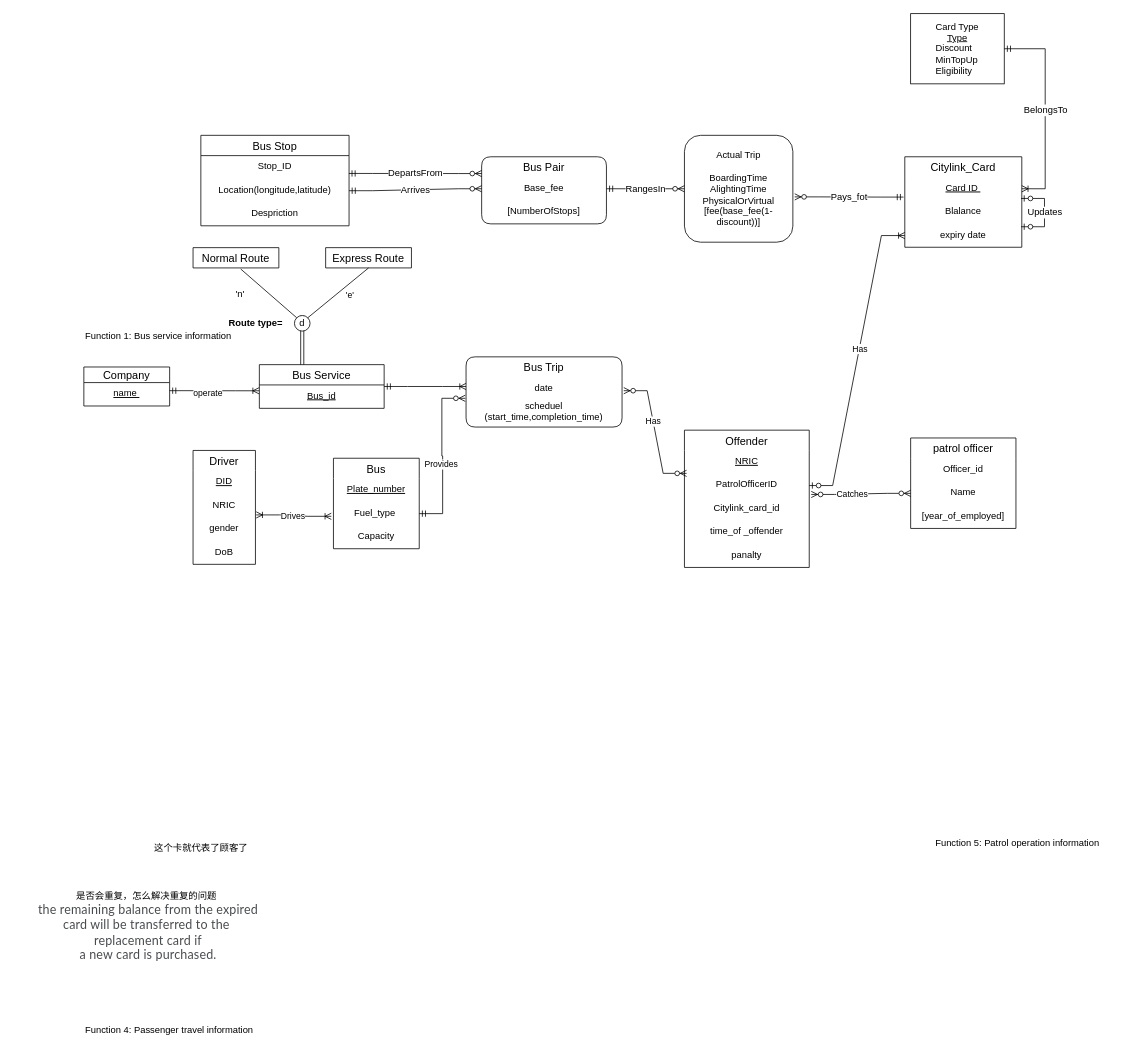
Earlier version of the draw.io diagram page "Page-1" (1 of 3) of Public Bus Transport System (PBTS) .drawio (QJUNJIQ/DM22). Source tidied: cells renumbered, new cells numbered last; positions are measured from the earlier drawing's top-left corner, leaving out a move shared by most shapes. Both pictures are drawn from the tidied source at 78%, with x=0, y=0 at pixel (13, 13).
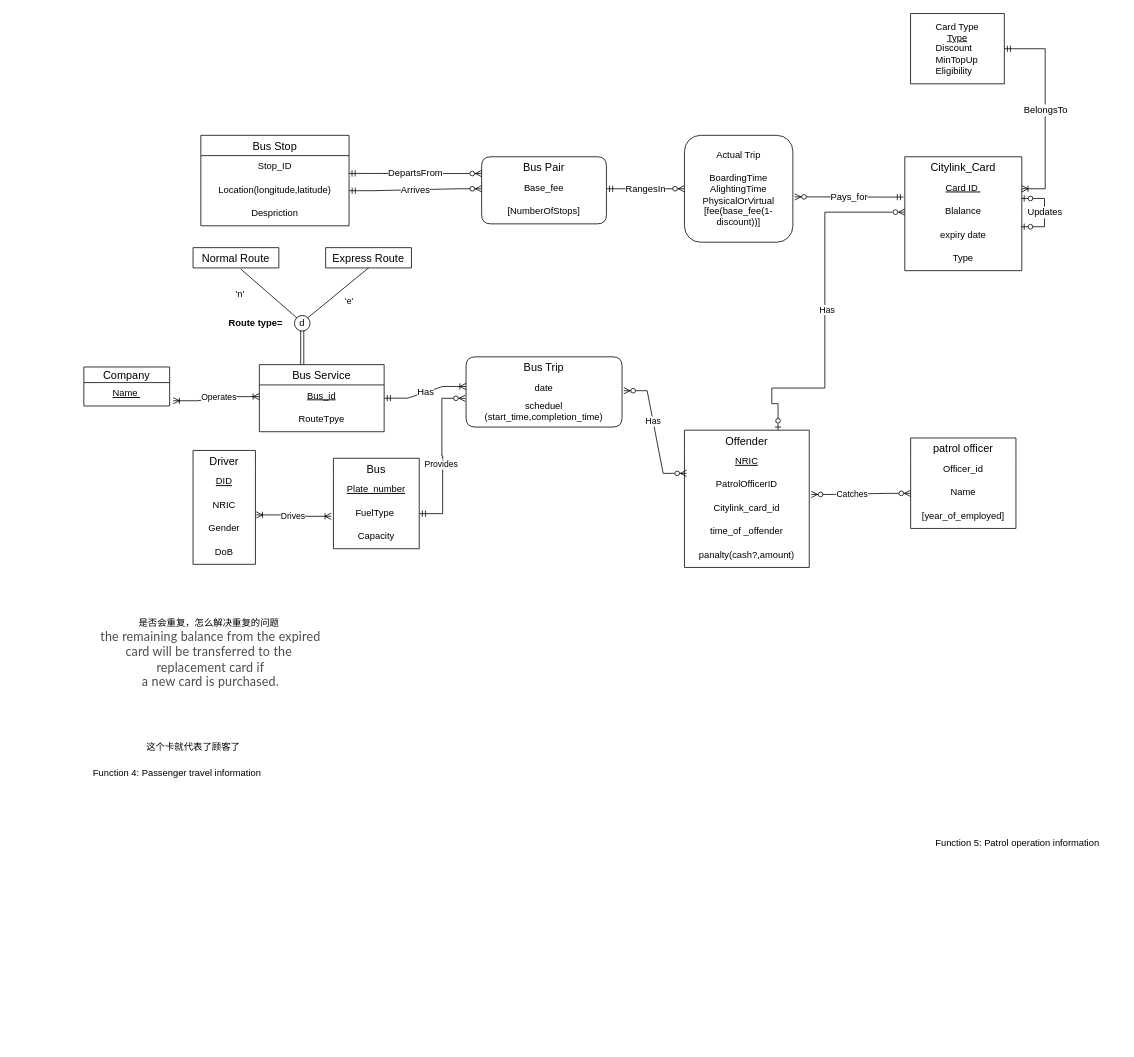
The same diagram, later.

Unchanged cells that the change refers to:
```xml
<mxCell id="3" value="Bus_id" style="text;strokeColor=none;fillColor=none;spacingLeft=4;spacingRight=4;overflow=hidden;points=[[0,0.5],[1,0.5]];portConstraint=eastwest;fontSize=12;align=center;fontStyle=4;" parent="2" vertex="1">
  <mxGeometry y="26" width="160" height="30" as="geometry" />
</mxCell>
<mxCell id="5" value="Company" style="swimlane;fontStyle=0;horizontal=1;startSize=20;align=center;fontSize=14;" parent="1" vertex="1">
  <mxGeometry x="90" y="453" width="110" height="50" as="geometry" />
</mxCell>
<mxCell id="15" value="Bus" style="swimlane;fontStyle=0;horizontal=1;startSize=26;align=center;fontSize=14;labelBorderColor=none;html=0;swimlaneLine=0;" parent="1" vertex="1">
  <mxGeometry x="410" y="570" width="110" height="116" as="geometry" />
</mxCell>
<mxCell id="20" value="date" style="text;strokeColor=none;fillColor=none;spacingLeft=4;spacingRight=4;overflow=hidden;points=[[0,0.5],[1,0.5]];portConstraint=eastwest;fontSize=12;labelBorderColor=none;html=0;align=center;" parent="19" vertex="1">
  <mxGeometry y="26" width="200" height="24" as="geometry" />
</mxCell>
<mxCell id="22" value="Driver" style="swimlane;fontStyle=0;horizontal=1;startSize=26;align=center;fontSize=14;labelBorderColor=none;html=0;swimlaneLine=0;" parent="1" vertex="1">
  <mxGeometry x="230" y="560" width="80" height="146" as="geometry" />
</mxCell>
<mxCell id="34" value="Card ID " style="text;strokeColor=none;fillColor=none;spacingLeft=4;spacingRight=4;overflow=hidden;points=[[0,0.5],[1,0.5]];portConstraint=eastwest;fontSize=12;rounded=1;shadow=0;glass=0;labelBorderColor=none;sketch=0;html=0;fontStyle=4;align=center;" parent="33" vertex="1">
  <mxGeometry y="26" width="150" height="30" as="geometry" />
</mxCell>
<mxCell id="35" value="Blalance" style="text;strokeColor=none;fillColor=none;spacingLeft=4;spacingRight=4;overflow=hidden;points=[[0,0.5],[1,0.5]];portConstraint=eastwest;fontSize=12;rounded=1;shadow=0;glass=0;labelBorderColor=none;sketch=0;html=0;align=center;" parent="33" vertex="1">
  <mxGeometry y="56" width="150" height="30" as="geometry" />
</mxCell>
<mxCell id="46" value="Offender" style="swimlane;fontStyle=0;horizontal=1;startSize=26;align=center;fontSize=14;rounded=0;shadow=0;glass=0;labelBorderColor=none;sketch=0;html=0;swimlaneLine=0;" parent="1" vertex="1">
  <mxGeometry x="860" y="534" width="160" height="176" as="geometry" />
</mxCell>
<mxCell id="48" value="PatrolOfficerID" style="text;strokeColor=none;fillColor=none;spacingLeft=4;spacingRight=4;overflow=hidden;points=[[0,0.5],[1,0.5]];portConstraint=eastwest;fontSize=12;rounded=0;shadow=0;glass=0;labelBorderColor=none;sketch=0;html=0;fontStyle=0;align=center;" parent="46" vertex="1">
  <mxGeometry y="56" width="160" height="30" as="geometry" />
</mxCell>
<mxCell id="73" value="Actual Trip&lt;br&gt;&lt;br&gt;&lt;div&gt;BoardingTime&lt;br&gt;&lt;/div&gt;&lt;div&gt;AlightingTime&lt;/div&gt;&lt;div&gt;PhysicalOrVirtual&lt;/div&gt;&lt;div&gt;&lt;span&gt;[fee(base_fee(1-discount))]&lt;/span&gt;&lt;br&gt;&lt;/div&gt;" style="rounded=1;whiteSpace=wrap;html=1;fillColor=#ffffff;align=center;" parent="1" vertex="1">
  <mxGeometry x="860" y="156" width="139" height="137" as="geometry" />
</mxCell>
```

What changed in the source:
```diff
@@
     <mxCell id="2" value="Bus Service" style="swimlane;fontStyle=0;horizontal=1;startSize=26;align=center;fontSize=14;" parent="1" vertex="1">
-      <mxGeometry x="315" y="450" width="160" height="56" as="geometry" />
+      <mxGeometry x="315" y="450" width="160" height="86" as="geometry" />
     </mxCell>
@@
-    <mxCell id="4" value="Function 1: Bus service information" style="text;whiteSpace=wrap;html=1;" parent="1" vertex="1">
-      <mxGeometry x="90" y="400" width="210" height="30" as="geometry" />
-    </mxCell>
+    <mxCell id="76" value="RouteTpye" style="text;strokeColor=none;fillColor=none;spacingLeft=4;spacingRight=4;overflow=hidden;fontSize=12;align=center;fontStyle=0;" parent="2" vertex="1">
+      <mxGeometry y="56" width="160" height="30" as="geometry" />
+    </mxCell>
@@
-    <mxCell id="6" value="name " style="text;strokeColor=none;fillColor=none;spacingLeft=4;spacingRight=4;overflow=hidden;points=[[0,0.5],[1,0.5]];portConstraint=eastwest;fontSize=12;align=center;fontStyle=4;" parent="5" vertex="1">
+    <mxCell id="6" value="Name " style="text;strokeColor=none;fillColor=none;spacingLeft=4;spacingRight=4;overflow=hidden;points=[[0,0.5],[1,0.5]];portConstraint=eastwest;fontSize=12;align=center;fontStyle=4;" parent="5" vertex="1">
       <mxGeometry y="20" width="110" height="30" as="geometry" />
     </mxCell>
@@
-    <mxCell id="13" style="edgeStyle=entityRelationEdgeStyle;fontSize=12;html=1;endArrow=ERoneToMany;startArrow=ERmandOne;rounded=0;entryX=-0.002;entryY=0.25;entryDx=0;entryDy=0;exitX=0.999;exitY=0.346;exitDx=0;exitDy=0;exitPerimeter=0;entryPerimeter=0;" parent="1" edge="1" source="6" target="3">
-      <mxGeometry relative="1" as="geometry" />
-    </mxCell>
-    <mxCell id="14" value="operate" style="edgeLabel;html=1;align=center;verticalAlign=middle;" parent="13" vertex="1">
-      <mxGeometry x="-0.13" y="-3" relative="1" as="geometry">
-        <mxPoint x="-1" as="offset" />
-      </mxGeometry>
-    </mxCell>
@@
-    <mxCell id="17" value="Fuel_type " style="text;strokeColor=none;fillColor=none;spacingLeft=4;spacingRight=4;overflow=hidden;points=[[0,0.5],[1,0.5]];portConstraint=eastwest;fontSize=12;labelBorderColor=none;html=0;align=center;" parent="15" vertex="1">
+    <mxCell id="17" value="FuelType " style="text;strokeColor=none;fillColor=none;spacingLeft=4;spacingRight=4;overflow=hidden;points=[[0,0.5],[1,0.5]];portConstraint=eastwest;fontSize=12;labelBorderColor=none;html=0;align=center;" parent="15" vertex="1">
       <mxGeometry y="56" width="110" height="30" as="geometry" />
     </mxCell>
@@
-    <mxCell id="25" value="gender" style="text;strokeColor=none;fillColor=none;spacingLeft=4;spacingRight=4;overflow=hidden;fontSize=12;labelBorderColor=none;html=0;align=center;" parent="22" vertex="1">
+    <mxCell id="25" value="Gender" style="text;strokeColor=none;fillColor=none;spacingLeft=4;spacingRight=4;overflow=hidden;fontSize=12;labelBorderColor=none;html=0;align=center;" parent="22" vertex="1">
       <mxGeometry y="86" width="80" height="30" as="geometry" />
     </mxCell>
@@
-    <mxCell id="31" style="edgeStyle=entityRelationEdgeStyle;fontSize=12;html=1;endArrow=ERoneToMany;startArrow=ERmandOne;rounded=0;entryX=0;entryY=0.5;entryDx=0;entryDy=0;exitX=1;exitY=0.5;exitDx=0;exitDy=0;" parent="1" edge="1" source="2" target="20">
+    <mxCell id="31" value="Has" style="edgeStyle=entityRelationEdgeStyle;fontSize=12;html=1;endArrow=ERoneToMany;startArrow=ERmandOne;rounded=0;entryX=0;entryY=0.5;entryDx=0;entryDy=0;exitX=1;exitY=0.5;exitDx=0;exitDy=0;" parent="1" edge="1" source="2" target="20">
       <mxGeometry relative="1" as="geometry" />
     </mxCell>
@@
     <mxCell id="33" value="Citylink_Card" style="swimlane;fontStyle=0;horizontal=1;startSize=26;align=center;fontSize=14;rounded=0;shadow=0;glass=0;labelBorderColor=none;sketch=0;html=0;swimlaneLine=0;" parent="1" vertex="1">
-      <mxGeometry x="1142.5" y="183.5" width="150" height="116" as="geometry" />
+      <mxGeometry x="1142.5" y="183.5" width="150" height="146" as="geometry" />
     </mxCell>
@@
-    <mxCell id="36" value="expiry date" style="text;strokeColor=none;fillColor=none;spacingLeft=4;spacingRight=4;overflow=hidden;points=[[0,0.5],[1,0.5]];portConstraint=eastwest;fontSize=12;rounded=1;shadow=0;glass=0;labelBorderColor=none;sketch=0;html=0;align=center;" parent="33" vertex="1">
+    <mxCell id="36" value="expiry date&#10;" style="text;strokeColor=none;fillColor=none;spacingLeft=4;spacingRight=4;overflow=hidden;points=[[0,0.5],[1,0.5]];portConstraint=eastwest;fontSize=12;rounded=1;shadow=0;glass=0;labelBorderColor=none;sketch=0;html=0;align=center;" parent="33" vertex="1">
       <mxGeometry y="86" width="150" height="30" as="geometry" />
     </mxCell>
+    <mxCell id="77" value="Type" style="text;strokeColor=none;fillColor=none;spacingLeft=4;spacingRight=4;overflow=hidden;fontSize=12;rounded=1;shadow=0;glass=0;labelBorderColor=none;sketch=0;html=0;align=center;" parent="33" vertex="1">
+      <mxGeometry y="116" width="150" height="30" as="geometry" />
+    </mxCell>
@@
     <mxCell id="38" value="这个卡就代表了顾客了" style="text;html=1;align=center;verticalAlign=middle;strokeColor=none;fillColor=none;" parent="1" vertex="1">
-      <mxGeometry x="170" y="1060" width="140" height="20" as="geometry" />
+      <mxGeometry x="160" y="930" width="140" height="20" as="geometry" />
     </mxCell>
@@
     <mxCell id="40" value="Function 4: Passenger travel information" style="text;whiteSpace=wrap;html=1;" parent="1" vertex="1">
-      <mxGeometry x="90" y="1290" width="240" height="30" as="geometry" />
+      <mxGeometry x="100" y="960" width="240" height="30" as="geometry" />
     </mxCell>
@@
-    <mxCell id="51" value="panalty" style="text;strokeColor=none;fillColor=none;spacingLeft=4;spacingRight=4;overflow=hidden;fontSize=12;rounded=0;shadow=0;glass=0;labelBorderColor=none;sketch=0;html=0;align=center;" parent="46" vertex="1">
+    <mxCell id="51" value="panalty(cash?,amount)" style="text;strokeColor=none;fillColor=none;spacingLeft=4;spacingRight=4;overflow=hidden;fontSize=12;rounded=0;shadow=0;glass=0;labelBorderColor=none;sketch=0;html=0;align=center;" parent="46" vertex="1">
       <mxGeometry y="146" width="160" height="30" as="geometry" />
     </mxCell>
@@
     <mxCell id="54" value="是否会重复，怎么解决重复的问题&lt;br&gt;&lt;span style=&quot;color: rgb(73 , 76 , 78) ; font-family: &amp;#34;lato&amp;#34; , &amp;#34;lucida sans unicode&amp;#34; , &amp;#34;lucida grande&amp;#34; , sans-serif ; font-size: 16px ; letter-spacing: 0.2px ; text-align: left&quot;&gt;&amp;nbsp;the remaining balance from the expired &lt;br&gt;card will be&amp;nbsp;transferred to the&lt;br&gt;&amp;nbsp;replacement card if&lt;br&gt;&amp;nbsp;a new card is purchased.&lt;/span&gt;" style="text;html=1;align=center;verticalAlign=middle;strokeColor=none;fillColor=none;" parent="1" vertex="1">
-      <mxGeometry y="1130" width="340" height="80" as="geometry" />
+      <mxGeometry x="80" y="780" width="340" height="80" as="geometry" />
     </mxCell>
@@
-    <mxCell id="66" style="edgeStyle=entityRelationEdgeStyle;fontSize=12;html=1;endArrow=ERoneToMany;startArrow=ERzeroToOne;rounded=0;exitX=1;exitY=0.5;exitDx=0;exitDy=0;entryX=0;entryY=0.5;entryDx=0;entryDy=0;" parent="1" edge="1" source="48" target="36">
-      <mxGeometry relative="1" as="geometry" />
-    </mxCell>
-    <mxCell id="67" value="Has" style="edgeLabel;html=1;align=center;verticalAlign=middle;" parent="66" vertex="1">
-      <mxGeometry x="0.08" relative="1" as="geometry" />
-    </mxCell>
@@
-    <mxCell id="75" value="Pays_fot" style="edgeStyle=entityRelationEdgeStyle;fontSize=12;html=1;endArrow=ERzeroToMany;startArrow=ERmandOne;rounded=0;exitX=-0.011;exitY=0.856;exitDx=0;exitDy=0;entryX=1.017;entryY=0.576;entryDx=0;entryDy=0;entryPerimeter=0;exitPerimeter=0;" parent="1" edge="1" source="34" target="73">
+    <mxCell id="75" value="Pays_for" style="edgeStyle=entityRelationEdgeStyle;fontSize=12;html=1;endArrow=ERzeroToMany;startArrow=ERmandOne;rounded=0;exitX=-0.011;exitY=0.856;exitDx=0;exitDy=0;entryX=1.017;entryY=0.576;entryDx=0;entryDy=0;entryPerimeter=0;exitPerimeter=0;" parent="1" edge="1" source="34" target="73">
       <mxGeometry relative="1" as="geometry" />
     </mxCell>
+    <mxCell id="13" style="edgeStyle=entityRelationEdgeStyle;fontSize=12;html=1;endArrow=ERoneToMany;startArrow=ERoneToMany;rounded=0;exitX=1.041;exitY=0.776;exitDx=0;exitDy=0;exitPerimeter=0;" parent="1" edge="1" source="6" target="3">
+      <mxGeometry relative="1" as="geometry" />
+    </mxCell>
+    <mxCell id="78" value="Operates" style="edgeLabel;html=1;align=center;verticalAlign=middle;" parent="13" vertex="1">
+      <mxGeometry x="0.04" y="2" relative="1" as="geometry" />
+    </mxCell>
+    <mxCell id="79" style="edgeStyle=orthogonalEdgeStyle;rounded=0;jettySize=auto;html=1;entryX=0.75;entryY=0;entryDx=0;entryDy=0;startArrow=ERzeroToMany;startFill=0;endArrow=ERzeroToOne;endFill=0;exitX=0;exitY=0.5;exitDx=0;exitDy=0;" parent="1" edge="1" source="35" target="46">
+      <mxGeometry relative="1" as="geometry">
+        <Array as="points">
+          <mxPoint x="1040" y="254" />
+          <mxPoint x="1040" y="480" />
+          <mxPoint x="972" y="480" />
+          <mxPoint x="972" y="500" />
+          <mxPoint x="980" y="500" />
+        </Array>
+      </mxGeometry>
+    </mxCell>
+    <mxCell id="67" value="Has" style="edgeLabel;html=1;align=center;verticalAlign=middle;" parent="79" vertex="1">
+      <mxGeometry x="-0.01" y="2" relative="1" as="geometry" />
+    </mxCell>
```
